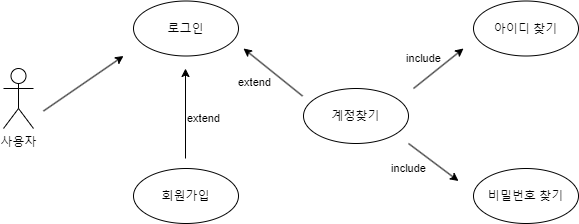
Before: 수정/사용자 로그인-수정.png, a diagram exported from draw.io (Yoon-jae-min/UsecaseDiagram). Source tidied: cells renumbered, new cells last; positions are measured from the earlier drawing's top-left corner, leaving out a move shared by most shapes.
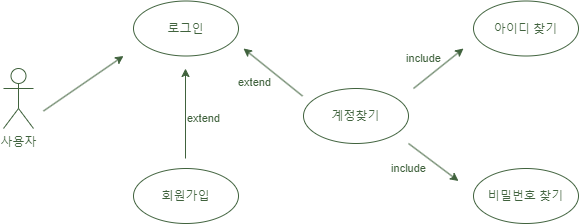
The same diagram one commit later.

Commit message:
사용자 로그인-수정.png 업데이트

Change to the diagram source:
```diff
@@ -2,49 +2,49 @@
   <root>
     <mxCell id="0" />
     <mxCell id="1" parent="0" />
-    <mxCell id="2" value="사용자" style="shape=umlActor;verticalLabelPosition=bottom;verticalAlign=top;html=1;labelPosition=center;align=center;fillColor=none;direction=east;" parent="1" vertex="1">
+    <mxCell id="2" value="사용자" style="shape=umlActor;verticalLabelPosition=bottom;verticalAlign=top;html=1;labelPosition=center;align=center;fillColor=none;direction=east;fontColor=#40623d;strokeColor=#40623d;" parent="1" vertex="1">
       <mxGeometry y="68" width="30" height="60" as="geometry" />
     </mxCell>
-    <mxCell id="3" value="&lt;div&gt;&lt;br&gt;&lt;/div&gt;로그인" style="ellipse;whiteSpace=wrap;html=1;verticalAlign=top;fillColor=none;direction=east;" parent="1" vertex="1">
+    <mxCell id="3" value="&lt;div&gt;&lt;br&gt;&lt;/div&gt;로그인" style="ellipse;whiteSpace=wrap;html=1;verticalAlign=top;fillColor=none;direction=east;fontColor=#40623d;strokeColor=#40623d;" parent="1" vertex="1">
       <mxGeometry x="130" y="0.5" width="105" height="55" as="geometry" />
     </mxCell>
-    <mxCell id="4" value="&lt;div&gt;&lt;br&gt;&lt;/div&gt;회원가입&lt;div&gt;&lt;/div&gt;&lt;div&gt;&lt;/div&gt;" style="ellipse;whiteSpace=wrap;html=1;verticalAlign=top;fillColor=none;direction=east;" parent="1" vertex="1">
+    <mxCell id="4" value="&lt;div&gt;&lt;br&gt;&lt;/div&gt;회원가입&lt;div&gt;&lt;/div&gt;&lt;div&gt;&lt;/div&gt;" style="ellipse;whiteSpace=wrap;html=1;verticalAlign=top;fillColor=none;direction=east;fontColor=#40623d;strokeColor=#40623d;" parent="1" vertex="1">
       <mxGeometry x="130" y="168" width="105" height="55" as="geometry" />
     </mxCell>
-    <mxCell id="5" value="extend" style="endArrow=classic;html=1;rounded=0;startFill=1;spacingTop=-1;labelBackgroundColor=none;" parent="1" edge="1">
+    <mxCell id="5" value="extend" style="endArrow=classic;html=1;rounded=0;startFill=1;spacingTop=-1;labelBackgroundColor=none;fontColor=#40623d;strokeColor=#40623d;" parent="1" edge="1">
       <mxGeometry x="0.21" y="20" relative="1" as="geometry">
         <mxPoint x="299" y="95.5" as="sourcePoint" />
         <mxPoint x="240" y="48" as="targetPoint" />
       </mxGeometry>
     </mxCell>
-    <mxCell id="6" value="&lt;div&gt;&lt;br&gt;&lt;/div&gt;계정찾기&lt;div&gt;&lt;/div&gt;&lt;div&gt;&lt;/div&gt;" style="ellipse;whiteSpace=wrap;html=1;verticalAlign=top;fillColor=none;direction=east;" parent="1" vertex="1">
+    <mxCell id="6" value="&lt;div&gt;&lt;br&gt;&lt;/div&gt;계정찾기&lt;div&gt;&lt;/div&gt;&lt;div&gt;&lt;/div&gt;" style="ellipse;whiteSpace=wrap;html=1;verticalAlign=top;fillColor=none;direction=east;fontColor=#40623d;strokeColor=#40623d;" parent="1" vertex="1">
       <mxGeometry x="300" y="88" width="105" height="55" as="geometry" />
     </mxCell>
-    <mxCell id="7" value="&lt;div&gt;&lt;br&gt;&lt;/div&gt;아이디 찾기&lt;div&gt;&lt;/div&gt;" style="ellipse;whiteSpace=wrap;html=1;verticalAlign=top;fillColor=none;direction=east;" parent="1" vertex="1">
+    <mxCell id="7" value="&lt;div&gt;&lt;br&gt;&lt;/div&gt;아이디 찾기&lt;div&gt;&lt;/div&gt;" style="ellipse;whiteSpace=wrap;html=1;verticalAlign=top;fillColor=none;direction=east;fontColor=#40623d;strokeColor=#40623d;" parent="1" vertex="1">
       <mxGeometry x="470" y="0.5" width="105" height="55" as="geometry" />
     </mxCell>
-    <mxCell id="8" value="&lt;div&gt;&lt;br&gt;&lt;/div&gt;비밀번호 찾기&lt;div&gt;&lt;/div&gt;" style="ellipse;whiteSpace=wrap;html=1;verticalAlign=top;fillColor=none;direction=east;" parent="1" vertex="1">
+    <mxCell id="8" value="&lt;div&gt;&lt;br&gt;&lt;/div&gt;비밀번호 찾기&lt;div&gt;&lt;/div&gt;" style="ellipse;whiteSpace=wrap;html=1;verticalAlign=top;fillColor=none;direction=east;fontColor=#40623d;strokeColor=#40623d;" parent="1" vertex="1">
       <mxGeometry x="470" y="168" width="105" height="55" as="geometry" />
     </mxCell>
-    <mxCell id="9" value="include" style="endArrow=classic;html=1;rounded=0;labelBackgroundColor=none;" parent="1" edge="1">
+    <mxCell id="9" value="include" style="endArrow=classic;html=1;rounded=0;labelBackgroundColor=none;fontColor=#40623d;strokeColor=#40623d;" parent="1" edge="1">
       <mxGeometry x="-0.17" y="17" relative="1" as="geometry">
         <mxPoint x="410" y="88" as="sourcePoint" />
         <mxPoint x="460" y="48" as="targetPoint" />
       </mxGeometry>
     </mxCell>
-    <mxCell id="10" value="include" style="endArrow=classic;html=1;rounded=0;labelBackgroundColor=none;" parent="1" edge="1">
+    <mxCell id="10" value="include" style="endArrow=classic;html=1;rounded=0;labelBackgroundColor=none;fontColor=#40623d;strokeColor=#40623d;" parent="1" edge="1">
       <mxGeometry x="-0.52" y="-20" relative="1" as="geometry">
         <mxPoint x="405" y="143" as="sourcePoint" />
         <mxPoint x="455" y="180.5" as="targetPoint" />
       </mxGeometry>
     </mxCell>
-    <mxCell id="11" style="endArrow=classic;html=1;rounded=0;" parent="1" edge="1">
+    <mxCell id="11" style="endArrow=classic;html=1;rounded=0;fontColor=#40623d;strokeColor=#40623d;" parent="1" edge="1">
       <mxGeometry relative="1" as="geometry">
         <mxPoint x="40" y="110.5" as="sourcePoint" />
         <mxPoint x="120" y="55.5" as="targetPoint" />
       </mxGeometry>
     </mxCell>
-    <mxCell id="12" value="extend" style="endArrow=classic;html=1;rounded=0;labelBackgroundColor=none;" parent="1" edge="1">
+    <mxCell id="12" value="extend" style="endArrow=classic;html=1;rounded=0;labelBackgroundColor=none;fontColor=#40623d;strokeColor=#40623d;" parent="1" edge="1">
       <mxGeometry x="-0.11" y="-18" relative="1" as="geometry">
         <mxPoint x="182" y="158" as="sourcePoint" />
         <mxPoint x="182" y="68" as="targetPoint" />
```
